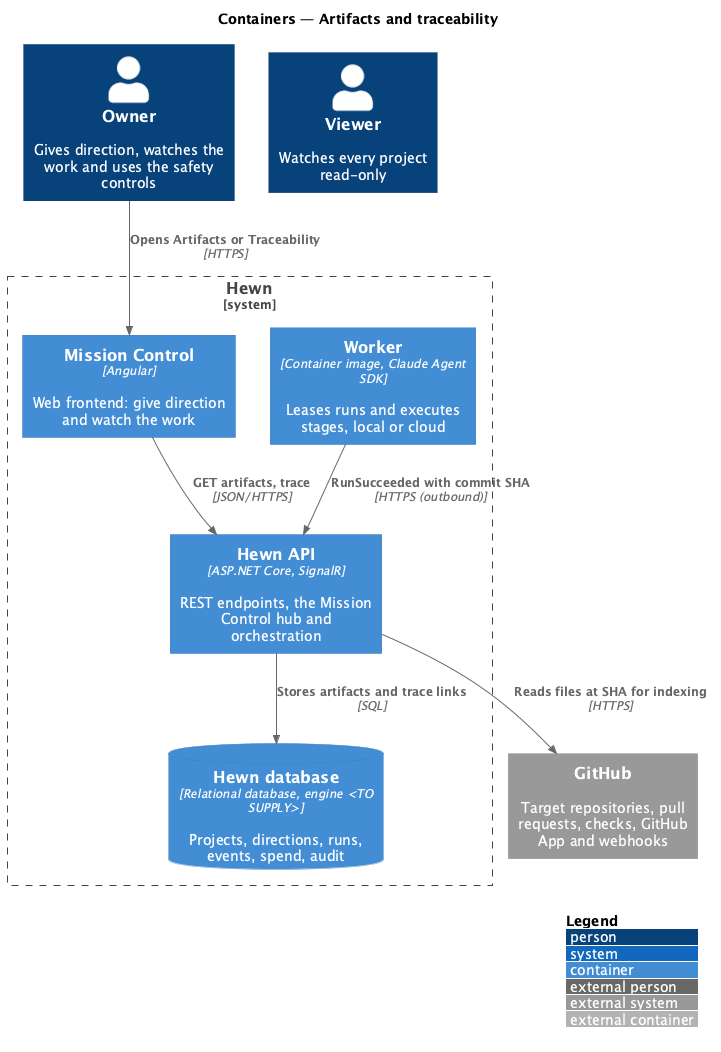
Before: docs/detailed-designs/mission-control/artifacts-and-traceability/diagrams/c4-container.png, a diagram exported from PlantUML (QuinntyneBrown/hewn). Source of this version:
```plantuml
@startuml
!include <C4/C4_Container>
LAYOUT_WITH_LEGEND()
title Containers — Artifacts and traceability

Person(owner, "Owner", "Gives direction, watches the work and uses the safety controls")
Person(viewer, "Viewer", "Watches every project read-only")
System_Boundary(hewn, "Hewn") {
  Container(spa, "Mission Control", "Angular", "Web frontend: give direction and watch the work")
  Container(api, "Hewn API", "ASP.NET Core, SignalR", "REST endpoints, the Mission Control hub and orchestration")
  ContainerDb(db, "Hewn database", "Relational database, engine <TO SUPPLY>", "Projects, directions, runs, events, spend, audit")
  Container(worker, "Worker", "Container image, Claude Agent SDK", "Leases runs and executes stages, local or cloud")
}
System_Ext(github, "GitHub", "Target repositories, pull requests, checks, GitHub App and webhooks")

Rel(worker, api, "RunSucceeded with commit SHA", "HTTPS (outbound)")
Rel(api, github, "Reads files at SHA for indexing", "HTTPS")
Rel(api, db, "Stores artifacts and trace links", "SQL")
Rel(spa, api, "GET artifacts, trace", "JSON/HTTPS")
Rel(owner, spa, "Opens Artifacts or Traceability", "HTTPS")
@enduml
```
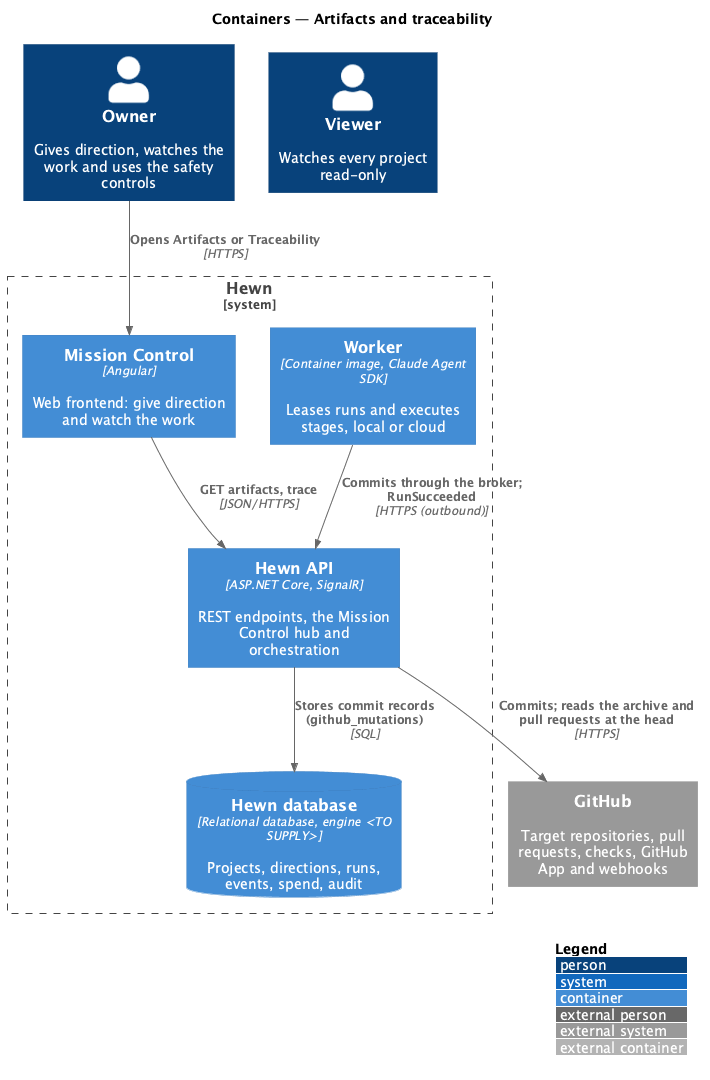
Above is the later version.

The edit, as a diff of the source:
```diff
@@ -13,9 +13,9 @@
 }
 System_Ext(github, "GitHub", "Target repositories, pull requests, checks, GitHub App and webhooks")
 
-Rel(worker, api, "RunSucceeded with commit SHA", "HTTPS (outbound)")
-Rel(api, github, "Reads files at SHA for indexing", "HTTPS")
-Rel(api, db, "Stores artifacts and trace links", "SQL")
+Rel(worker, api, "Commits through the broker; RunSucceeded", "HTTPS (outbound)")
+Rel(api, github, "Commits; reads the archive and pull requests at the head", "HTTPS")
+Rel(api, db, "Stores commit records (github_mutations)", "SQL")
 Rel(spa, api, "GET artifacts, trace", "JSON/HTTPS")
 Rel(owner, spa, "Opens Artifacts or Traceability", "HTTPS")
 @enduml
```
